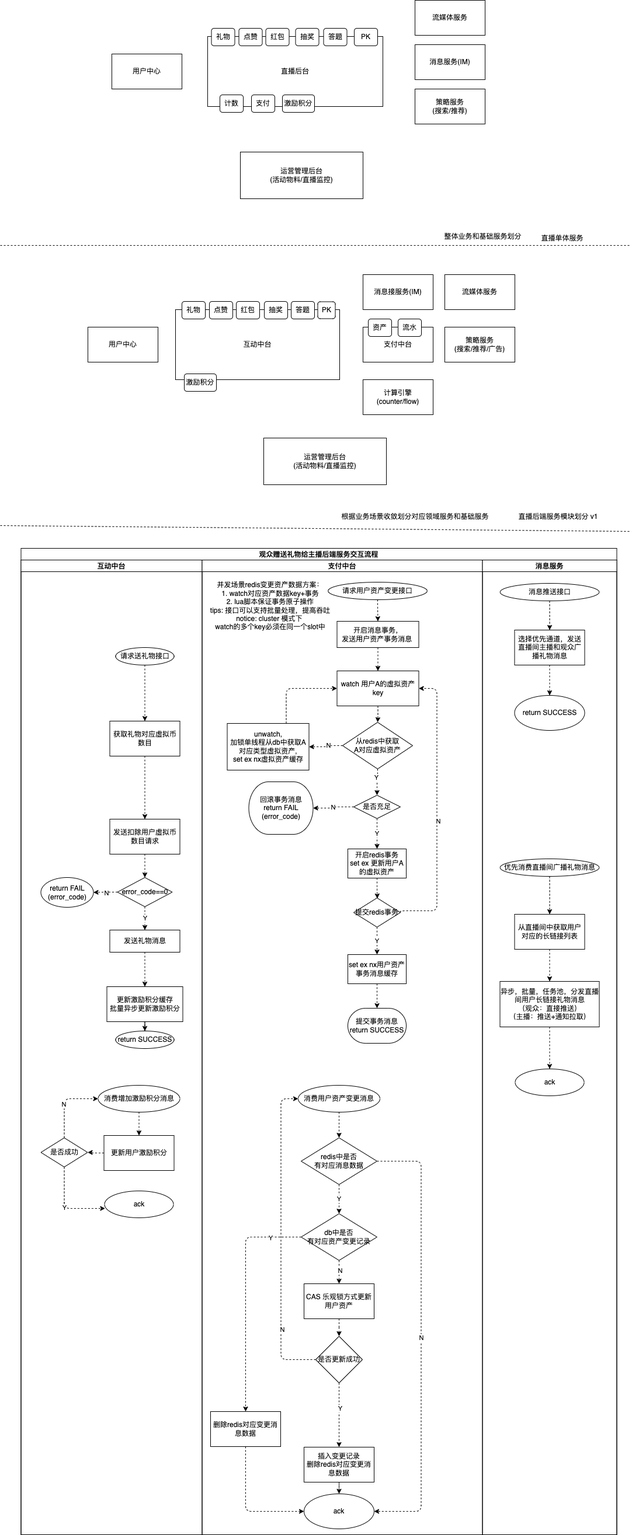
This is 直播互动-赠送礼物设计.drawio.png from weedge/mypic, a draw.io export, as it was before one commit. Source tidied: cells renumbered, new cells last; positions are measured from the earlier drawing's top-left corner, leaving out a move shared by most shapes.
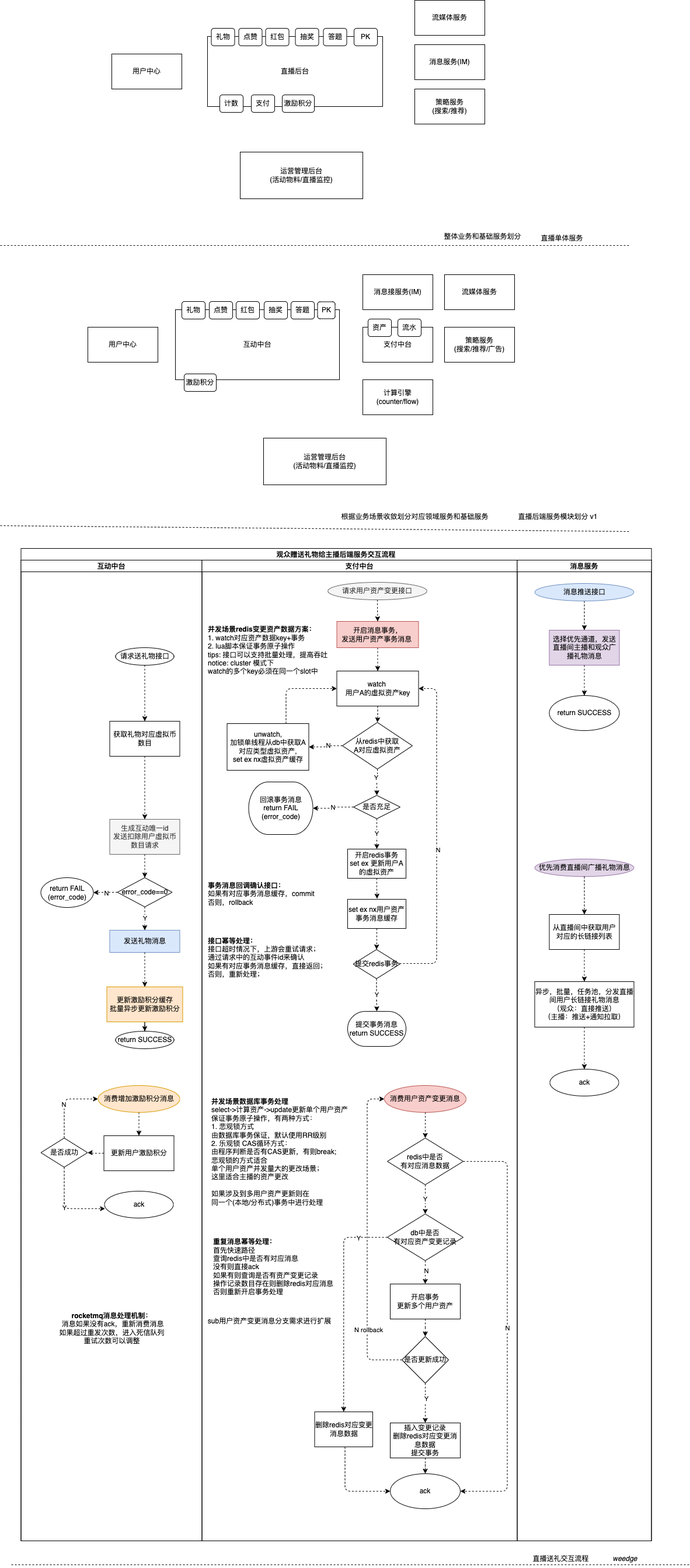
The same diagram one commit later.

The edit, as a diff of the source:
```diff
@@ -116,6 +116,6 @@
     <mxCell id="37" value="观众赠送礼物给主播后端服务交互流程" style="swimlane;startSize=20;" parent="1" vertex="1">
-      <mxGeometry x="35.5" y="939" width="1020" height="1690" as="geometry" />
+      <mxGeometry x="35.5" y="939" width="1080" height="1700" as="geometry" />
     </mxCell>
     <mxCell id="38" value="互动中台" style="swimlane;startSize=20;" parent="37" vertex="1">
-      <mxGeometry y="20" width="310" height="1670" as="geometry" />
+      <mxGeometry y="20" width="310" height="1680" as="geometry" />
     </mxCell>
@@ -130,6 +130,6 @@
     </mxCell>
-    <mxCell id="42" value="获取礼物对应虚拟币数目" style="whiteSpace=wrap;html=1;" parent="38" vertex="1">
+    <mxCell id="42" value="获取礼物对应虚拟币数目&lt;br&gt;" style="whiteSpace=wrap;html=1;" parent="38" vertex="1">
       <mxGeometry x="152" y="276" width="120" height="60" as="geometry" />
     </mxCell>
-    <mxCell id="43" value="发送扣除用户虚拟币数目请求" style="whiteSpace=wrap;html=1;" parent="38" vertex="1">
+    <mxCell id="43" value="生成互动唯一id&lt;br&gt;发送扣除用户虚拟币数目请求" style="whiteSpace=wrap;html=1;fillColor=#f5f5f5;fontColor=#333333;strokeColor=#666666;" parent="38" vertex="1">
       <mxGeometry x="152" y="444" width="120" height="60" as="geometry" />
@@ -153,3 +153,3 @@
     </mxCell>
-    <mxCell id="49" value="发送礼物消息" style="whiteSpace=wrap;html=1;" parent="38" vertex="1">
+    <mxCell id="49" value="发送礼物消息" style="whiteSpace=wrap;html=1;fillColor=#dae8fc;strokeColor=#6c8ebf;" parent="38" vertex="1">
       <mxGeometry x="152" y="634" width="120" height="38" as="geometry" />
@@ -168,3 +168,3 @@
     </mxCell>
-    <mxCell id="54" value="消费增加激励积分消息" style="ellipse;whiteSpace=wrap;html=1;" parent="38" vertex="1">
+    <mxCell id="54" value="消费增加激励积分消息" style="ellipse;whiteSpace=wrap;html=1;fillColor=#ffe6cc;strokeColor=#d79b00;" parent="38" vertex="1">
       <mxGeometry x="132" y="900" width="140" height="46" as="geometry" />
@@ -202,4 +202,7 @@
     </mxCell>
+    <mxCell id="132" value="&lt;b&gt;rocketmq消息处理机制：&lt;br&gt;&lt;/b&gt;&amp;nbsp;消息如果没有ack，重新消费消息&lt;br&gt;如果超过重发次数，进入死信队列&lt;br&gt;重试次数可以调整" style="text;html=1;align=center;verticalAlign=middle;strokeColor=none;fillColor=none;" parent="38" vertex="1">
+      <mxGeometry x="55" y="1281" width="200" height="70" as="geometry" />
+    </mxCell>
     <mxCell id="62" value="支付中台" style="swimlane;startSize=20;" parent="37" vertex="1">
-      <mxGeometry x="310" y="20" width="480" height="1670" as="geometry" />
+      <mxGeometry x="310" y="20" width="540" height="1680" as="geometry" />
     </mxCell>
@@ -208,3 +211,3 @@
     </mxCell>
-    <mxCell id="64" value="watch 用户A的虚拟资产key&lt;br&gt;" style="whiteSpace=wrap;html=1;" parent="62" vertex="1">
+    <mxCell id="64" value="watch &lt;br&gt;用户A的虚拟资产key" style="whiteSpace=wrap;html=1;" parent="62" vertex="1">
       <mxGeometry x="231" y="190" width="140" height="60" as="geometry" />
@@ -238,3 +241,4 @@
         <Array as="points">
-          <mxPoint x="402" y="601" />
+          <mxPoint x="339" y="691" />
+          <mxPoint x="402" y="691" />
           <mxPoint x="402" y="220" />
@@ -248,3 +252,3 @@
     </mxCell>
-    <mxCell id="75" value="Y" style="edgeStyle=orthogonalEdgeStyle;rounded=1;jumpSize=1;jettySize=auto;html=1;dashed=1;strokeWidth=1;" parent="62" edge="1" source="76" target="90">
+    <mxCell id="75" value="Y" style="edgeStyle=orthogonalEdgeStyle;rounded=1;jumpSize=1;jettySize=auto;html=1;dashed=1;strokeWidth=1;entryX=0.5;entryY=0;entryDx=0;entryDy=0;entryPerimeter=0;" parent="62" edge="1" source="76" target="88">
       <mxGeometry relative="1" as="geometry" />
@@ -252,3 +256,3 @@
     <mxCell id="76" value="提交redis事务" style="rhombus;whiteSpace=wrap;html=1;" parent="62" vertex="1">
-      <mxGeometry x="259.5" y="579" width="80" height="50" as="geometry" />
+      <mxGeometry x="259" y="667" width="80" height="50" as="geometry" />
     </mxCell>
@@ -257,3 +261,3 @@
     </mxCell>
-    <mxCell id="78" value="开启消息事务，&lt;br&gt;发送用户资产事务消息&amp;nbsp;" style="whiteSpace=wrap;html=1;" parent="62" vertex="1">
+    <mxCell id="78" value="开启消息事务，&lt;br&gt;发送用户资产事务消息&amp;nbsp;" style="whiteSpace=wrap;html=1;fillColor=#f8cecc;strokeColor=#b85450;" parent="62" vertex="1">
       <mxGeometry x="231" y="105" width="140" height="45" as="geometry" />
@@ -282,7 +286,7 @@
     </mxCell>
-    <mxCell id="85" value="请求用户资产变更接口" style="ellipse;whiteSpace=wrap;html=1;" parent="62" vertex="1">
+    <mxCell id="85" value="请求用户资产变更接口" style="ellipse;whiteSpace=wrap;html=1;fillColor=#f5f5f5;fontColor=#333333;strokeColor=#666666;" parent="62" vertex="1">
       <mxGeometry x="215.8" y="38" width="169.5" height="30" as="geometry" />
     </mxCell>
-    <mxCell id="86" value="并发场景redis变更资产数据方案：&lt;br&gt;1. watch对应资产数据key+事务&lt;br&gt;2. lua脚本保证事务原子操作&lt;br&gt;tips: 接口可以支持批量处理，提高吞吐&lt;br&gt;notice: cluster 模式下 &lt;br&gt;watch的多个key必须在同一个slot中" style="text;html=1;align=center;verticalAlign=middle;strokeColor=none;fillColor=none;" parent="62" vertex="1">
-      <mxGeometry x="1" y="29" width="230" height="100" as="geometry" />
+    <mxCell id="86" value="&lt;b&gt;并发场景redis变更资产数据方案：&lt;br&gt;&lt;/b&gt;1. watch对应资产数据key+事务&lt;br&gt;2. lua脚本保证事务原子操作&lt;br&gt;tips: 接口可以支持批量处理，提高吞吐&lt;br&gt;notice: cluster 模式下 &lt;br&gt;watch的多个key必须在同一个slot中" style="text;html=1;align=left;verticalAlign=middle;" parent="62" vertex="1">
+      <mxGeometry x="8" y="105" width="230" height="100" as="geometry" />
     </mxCell>
@@ -294,9 +298,9 @@
     <mxCell id="88" value="提交事务消息&lt;br&gt;return SUCCESS&lt;br&gt;" style="strokeWidth=1;html=1;shape=mxgraph.flowchart.terminator;whiteSpace=wrap;" parent="62" vertex="1">
-      <mxGeometry x="249.5" y="768" width="100" height="60" as="geometry" />
+      <mxGeometry x="249.5" y="773" width="100" height="60" as="geometry" />
     </mxCell>
-    <mxCell id="89" style="edgeStyle=orthogonalEdgeStyle;rounded=1;jumpSize=1;jettySize=auto;html=1;dashed=1;strokeWidth=1;" parent="62" edge="1" source="90" target="88">
-      <mxGeometry relative="1" as="geometry" />
-    </mxCell>
+    <mxCell id="133" style="edgeStyle=orthogonalEdgeStyle;rounded=0;jettySize=auto;html=1;dashed=1;" parent="62" edge="1" source="90" target="76">
+      <mxGeometry relative="1" as="geometry" />
+    </mxCell>
     <mxCell id="90" value="set ex nx用户资产事务消息缓存" style="whiteSpace=wrap;html=1;" parent="62" vertex="1">
-      <mxGeometry x="249.5" y="676" width="100" height="50" as="geometry" />
+      <mxGeometry x="249.5" y="581" width="100" height="50" as="geometry" />
     </mxCell>
@@ -305,4 +309,4 @@
     </mxCell>
-    <mxCell id="92" value="消费用户资产变更消息" style="ellipse;whiteSpace=wrap;html=1;" parent="62" vertex="1">
-      <mxGeometry x="164.5" y="900" width="140" height="46" as="geometry" />
+    <mxCell id="92" value="消费用户资产变更消息" style="ellipse;whiteSpace=wrap;html=1;fillColor=#f8cecc;strokeColor=#b85450;" parent="62" vertex="1">
+      <mxGeometry x="312.5" y="900" width="140" height="46" as="geometry" />
     </mxCell>
@@ -314,4 +318,4 @@
         <Array as="points">
-          <mxPoint x="375" y="1030" />
-          <mxPoint x="375" y="1630" />
+          <mxPoint x="523" y="1030" />
+          <mxPoint x="523" y="1595" />
         </Array>
@@ -320,3 +324,3 @@
     <mxCell id="95" value="redis中是否&lt;br&gt;有对应消息数据" style="rhombus;whiteSpace=wrap;html=1;" parent="62" vertex="1">
-      <mxGeometry x="169.5" y="990" width="130" height="80" as="geometry" />
+      <mxGeometry x="317.5" y="990" width="130" height="80" as="geometry" />
     </mxCell>
@@ -335,6 +339,6 @@
     <mxCell id="100" value="db中是否&lt;br&gt;有对应资产变更记录" style="rhombus;whiteSpace=wrap;html=1;" parent="62" vertex="1">
-      <mxGeometry x="169.5" y="1120" width="130" height="80" as="geometry" />
+      <mxGeometry x="317.5" y="1120" width="130" height="80" as="geometry" />
     </mxCell>
-    <mxCell id="101" value="CAS 乐观锁方式更新用户资产" style="whiteSpace=wrap;html=1;" parent="62" vertex="1">
-      <mxGeometry x="174.5" y="1240" width="120" height="60" as="geometry" />
+    <mxCell id="101" value="开启事务&lt;br&gt;更新多个用户资产" style="whiteSpace=wrap;html=1;" parent="62" vertex="1">
+      <mxGeometry x="322.5" y="1240" width="120" height="60" as="geometry" />
     </mxCell>
@@ -343,4 +347,4 @@
         <Array as="points">
-          <mxPoint x="135" y="1370" />
-          <mxPoint x="135" y="923" />
+          <mxPoint x="283" y="1370" />
+          <mxPoint x="283" y="923" />
         </Array>
@@ -348,3 +352,3 @@
     </mxCell>
-    <mxCell id="103" value="N" style="edgeLabel;html=1;align=center;verticalAlign=middle;" parent="102" vertex="1">
+    <mxCell id="103" value="N rollback" style="edgeLabel;html=1;align=center;verticalAlign=middle;" parent="102" vertex="1">
       <mxGeometry x="-0.58" y="-1" relative="1" as="geometry">
@@ -354,3 +358,3 @@
     <mxCell id="104" value="是否更新成功" style="rhombus;whiteSpace=wrap;html=1;" parent="62" vertex="1">
-      <mxGeometry x="194.5" y="1330" width="80" height="80" as="geometry" />
+      <mxGeometry x="342.5" y="1330" width="80" height="80" as="geometry" />
     </mxCell>
@@ -362,3 +366,3 @@
         <Array as="points">
-          <mxPoint x="75" y="1630" />
+          <mxPoint x="245" y="1595" />
         </Array>
@@ -367,9 +371,24 @@
     <mxCell id="107" value="删除redis对应变更消息数据" style="whiteSpace=wrap;html=1;" parent="62" vertex="1">
-      <mxGeometry x="14.5" y="1459" width="120" height="60" as="geometry" />
+      <mxGeometry x="193" y="1459" width="99.5" height="60" as="geometry" />
     </mxCell>
     <mxCell id="108" value="ack" style="ellipse;whiteSpace=wrap;html=1;" parent="62" vertex="1">
-      <mxGeometry x="174.5" y="1600" width="120" height="60" as="geometry" />
+      <mxGeometry x="322.5" y="1565" width="120" height="60" as="geometry" />
     </mxCell>
+    <mxCell id="134" value="&lt;b&gt;并发场景数据库事务处理&lt;/b&gt;&lt;br&gt;select-&amp;gt;计算资产-&amp;gt;update更新单个用户资产&lt;br&gt;保证事务原子操作，有两种方式：&lt;br&gt;1. 悲观锁方式&lt;br&gt;由数据库事务保证，默认使用RR级别&lt;br&gt;2. 乐观锁 CAS循环方式：&lt;br&gt;由程序判断是否有CAS更新，有则break;&lt;br&gt;悲观锁的方式适合&lt;br&gt;单个用户资产并发量大的更改场景；&lt;br&gt;这里适合主播的资产更改&lt;br&gt;&lt;br&gt;如果涉及到多用户资产更新则在&lt;br&gt;同一个(本地/分布式)事务中进行处理" style="text;html=1;align=left;verticalAlign=middle;strokeColor=none;fillColor=none;" parent="62" vertex="1">
+      <mxGeometry x="14.8" y="914" width="260" height="200" as="geometry" />
+    </mxCell>
+    <mxCell id="135" value="&lt;b&gt;事务消息回调确认接口：&lt;br&gt;&lt;/b&gt;如果有对应事务消息缓存，commit&lt;br&gt;否则，rollback" style="text;html=1;align=left;verticalAlign=middle;strokeColor=none;fillColor=none;" parent="62" vertex="1">
+      <mxGeometry x="8" y="542" width="210" height="60" as="geometry" />
+    </mxCell>
+    <mxCell id="136" value="&lt;b&gt;重复消息幂等处理：&lt;br&gt;&lt;/b&gt;首先快速路径&lt;br&gt;查询redis中是否有对应消息&lt;br&gt;没有则直接ack&lt;br&gt;如果有则查询是否有资产变更记录&lt;br&gt;操作记录数目存在则删除redis对应消息&lt;br&gt;否则重新开启事务处理" style="text;html=1;align=left;verticalAlign=middle;strokeColor=none;fillColor=none;" parent="62" vertex="1">
+      <mxGeometry x="17.5" y="1156" width="230" height="110" as="geometry" />
+    </mxCell>
+    <mxCell id="137" value="&lt;b&gt;接口幂等处理：&lt;br&gt;&lt;/b&gt;接口超时情况下，上游会重试请求；&lt;br&gt;通过请求中的互动事件id来确认&lt;br&gt;如果有对应事务消息缓存，直接返回；&lt;br&gt;否则，重新处理；" style="text;html=1;align=left;verticalAlign=middle;strokeColor=none;fillColor=none;" parent="62" vertex="1">
+      <mxGeometry x="8" y="636" width="230" height="90" as="geometry" />
+    </mxCell>
+    <mxCell id="138" value="sub用户资产变更消息分支需求进行扩展" style="text;html=1;align=center;verticalAlign=middle;strokeColor=none;fillColor=none;" parent="62" vertex="1">
+      <mxGeometry x="0.8" y="1289" width="230" height="30" as="geometry" />
+    </mxCell>
     <mxCell id="109" value="消息服务" style="swimlane;startSize=20;" parent="37" vertex="1">
-      <mxGeometry x="790" y="20" width="230" height="1670" as="geometry" />
+      <mxGeometry x="850" y="20" width="230" height="1680" as="geometry" />
     </mxCell>
@@ -378,9 +397,9 @@
     </mxCell>
-    <mxCell id="111" value="消息推送接口" style="ellipse;whiteSpace=wrap;html=1;" parent="109" vertex="1">
+    <mxCell id="111" value="消息推送接口" style="ellipse;whiteSpace=wrap;html=1;fillColor=#dae8fc;strokeColor=#6c8ebf;" parent="109" vertex="1">
       <mxGeometry x="30.2" y="40" width="169.5" height="30" as="geometry" />
     </mxCell>
-    <mxCell id="112" value="选择优先通道，发送直播间主播和观众广播礼物消息" style="whiteSpace=wrap;html=1;" parent="109" vertex="1">
+    <mxCell id="112" value="选择优先通道，发送直播间主播和观众广播礼物消息" style="whiteSpace=wrap;html=1;fillColor=#e1d5e7;strokeColor=#9673a6;" parent="109" vertex="1">
       <mxGeometry x="55" y="120" width="120" height="60" as="geometry" />
     </mxCell>
-    <mxCell id="113" value="优先消费直播间广播礼物消息" style="ellipse;whiteSpace=wrap;html=1;" parent="109" vertex="1">
+    <mxCell id="113" value="优先消费直播间广播礼物消息" style="ellipse;whiteSpace=wrap;html=1;fillColor=#e1d5e7;strokeColor=#9673a6;" parent="109" vertex="1">
       <mxGeometry x="30.2" y="512" width="169.5" height="30" as="geometry" />
@@ -423,3 +442,3 @@
     </mxCell>
-    <mxCell id="126" value="更新激励积分缓存&lt;br&gt;批量异步更新激励积分" style="whiteSpace=wrap;html=1;" parent="1" vertex="1">
+    <mxCell id="126" value="更新激励积分缓存&lt;br&gt;批量异步更新激励积分" style="whiteSpace=wrap;html=1;fillColor=#ffe6cc;strokeColor=#d79b00;" parent="1" vertex="1">
       <mxGeometry x="182.5" y="1690" width="130" height="60" as="geometry" />
@@ -432,4 +451,4 @@
     </mxCell>
-    <mxCell id="129" value="插入变更记录&lt;br&gt;删除redis对应变更消息数据" style="whiteSpace=wrap;html=1;" parent="1" vertex="1">
-      <mxGeometry x="520" y="2479" width="120" height="60" as="geometry" />
+    <mxCell id="129" value="插入变更记录&lt;br&gt;删除redis对应变更消息数据&lt;br&gt;提交事务" style="whiteSpace=wrap;html=1;" parent="1" vertex="1">
+      <mxGeometry x="668" y="2437" width="120" height="60" as="geometry" />
     </mxCell>
@@ -441,2 +460,14 @@
     </mxCell>
+    <mxCell id="139" style="endArrow=none;dashed=1;html=1;strokeWidth=1;rounded=0;" parent="1" edge="1">
+      <mxGeometry relative="1" as="geometry">
+        <mxPoint x="19" y="2680" as="sourcePoint" />
+        <mxPoint x="1180" y="2680" as="targetPoint" />
+      </mxGeometry>
+    </mxCell>
+    <mxCell id="140" value="&lt;i&gt;weedge&lt;/i&gt;" style="text;html=1;align=center;verticalAlign=middle;strokeColor=none;fillColor=none;" parent="1" vertex="1">
+      <mxGeometry x="1035" y="2655" width="70" height="30" as="geometry" />
+    </mxCell>
+    <mxCell id="141" value="直播送礼交互流程" style="text;html=1;align=center;verticalAlign=middle;strokeColor=none;fillColor=none;" parent="1" vertex="1">
+      <mxGeometry x="900" y="2655" width="120" height="30" as="geometry" />
+    </mxCell>
   </root>
```
